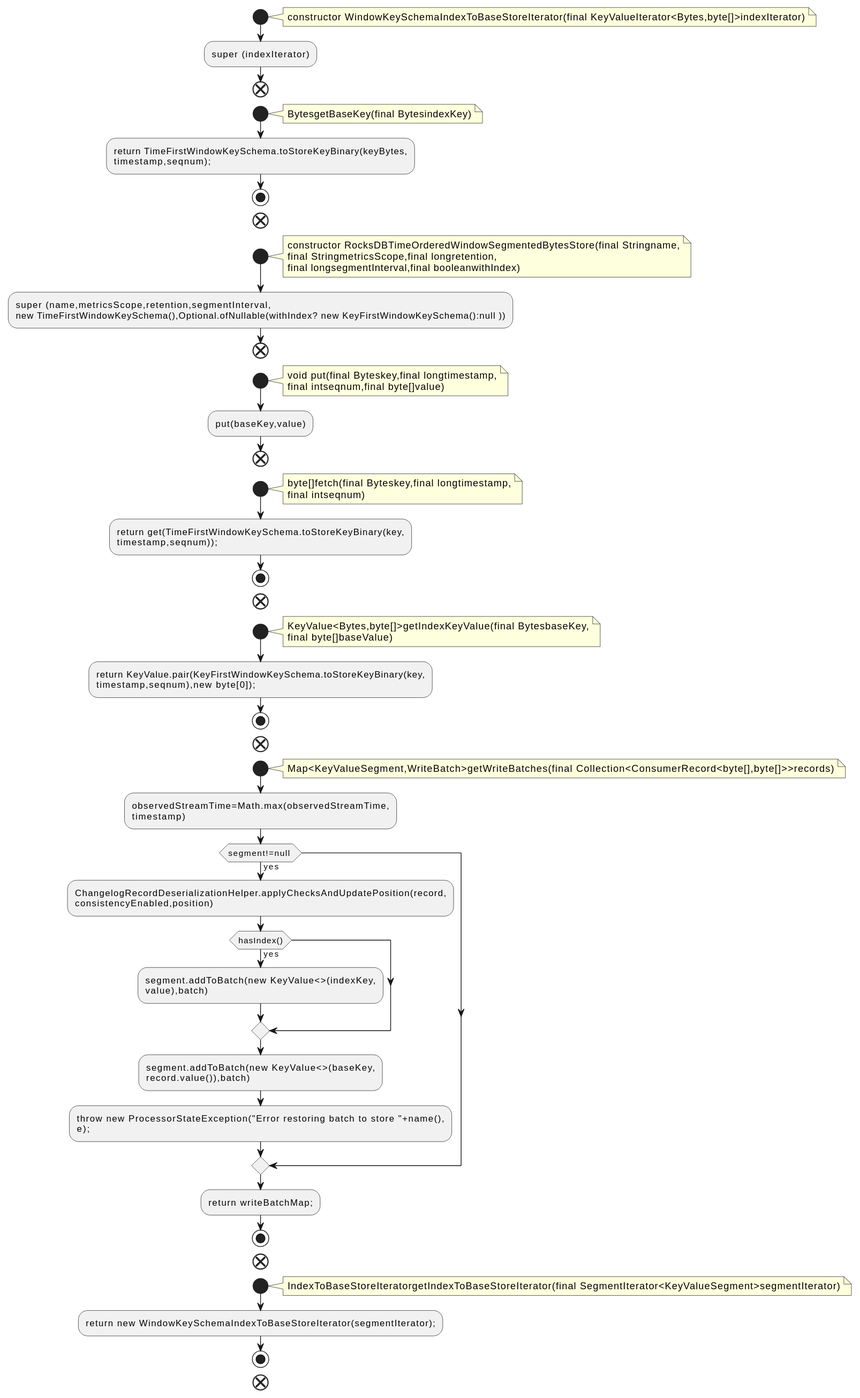
Earlier version of the PlantUML export docs/qc/streams/src/main/java/org/apache/kafka/streams/state/internals/RocksDBTimeOrderedWindowSegmentedBytesStore.java.fct.svg (qualitesys/kafka).
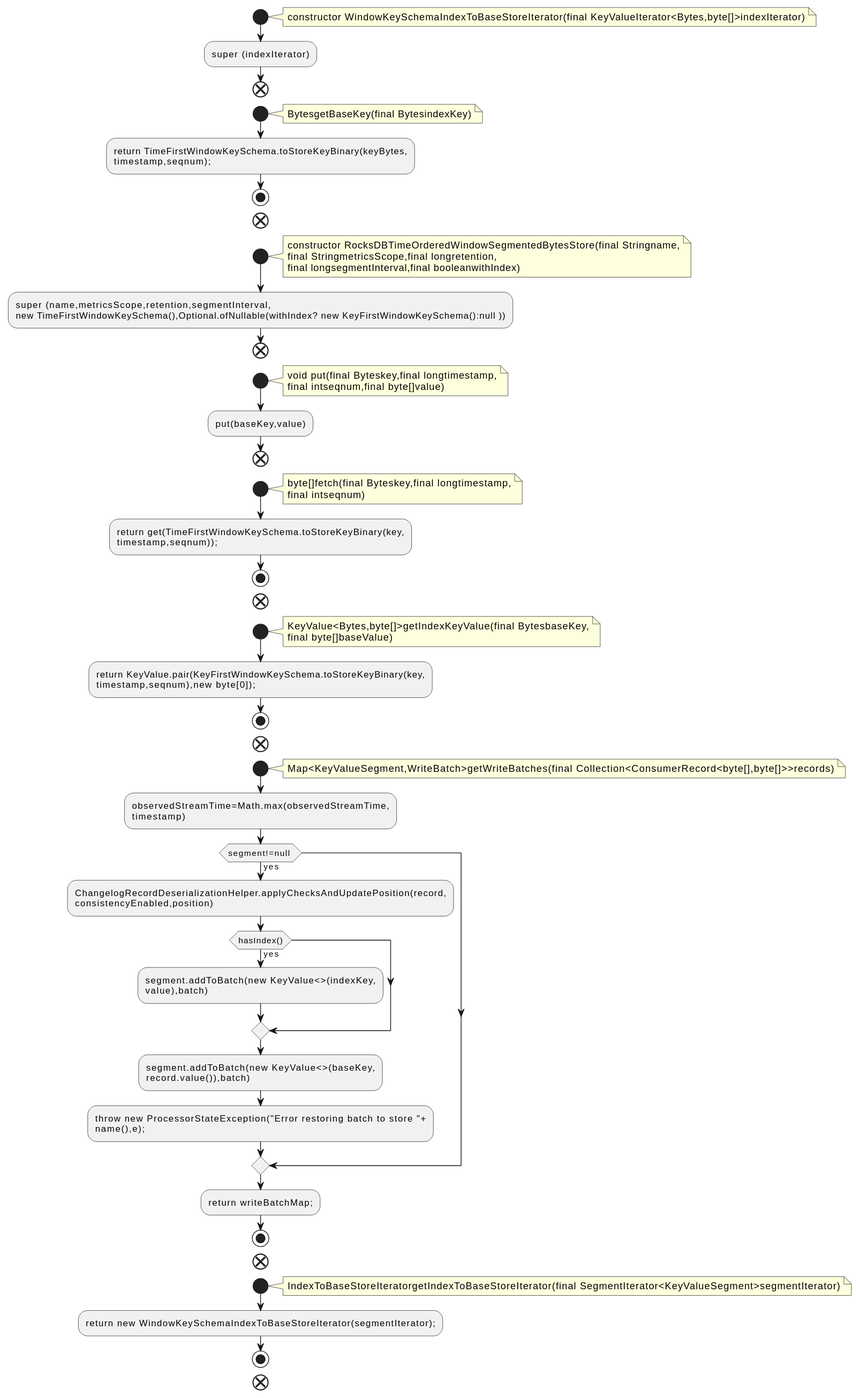
The same diagram one commit later.

What changed in the source:
```diff
@@ -63,8 +63,8 @@
 endif
 :segment.addToBatch(new KeyValue<>(baseKey,
 record.value()),batch);
-:throw new ProcessorStateException("Error restoring batch to store "+name(),
-e);;
+:throw new ProcessorStateException("Error restoring batch to store "+
+name(),e);;
 endif
 :return writeBatchMap;;
 stop
```
